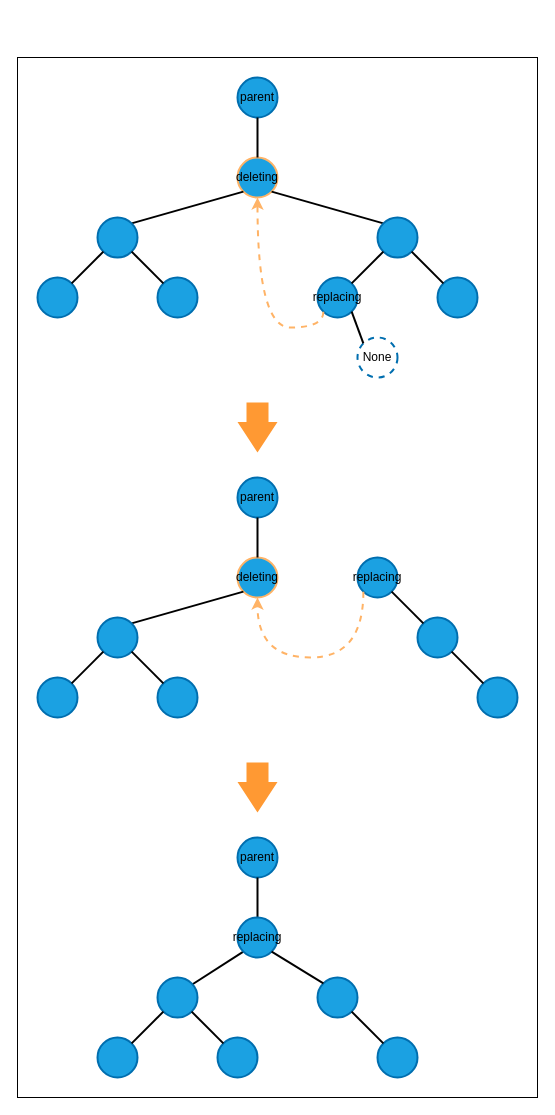
Before: page "two_children_2" (5 of 6) of diagrams/left_tbst_delete.drawio in shunsvineyard/pyforest, a draw.io diagram. Source tidied: cells renumbered, new cells numbered last; positions are measured from the earlier drawing's top-left corner, leaving out a move shared by most shapes. Both pictures are drawn from the tidied source at 100%, with x=0, y=0 at pixel (17, 57).
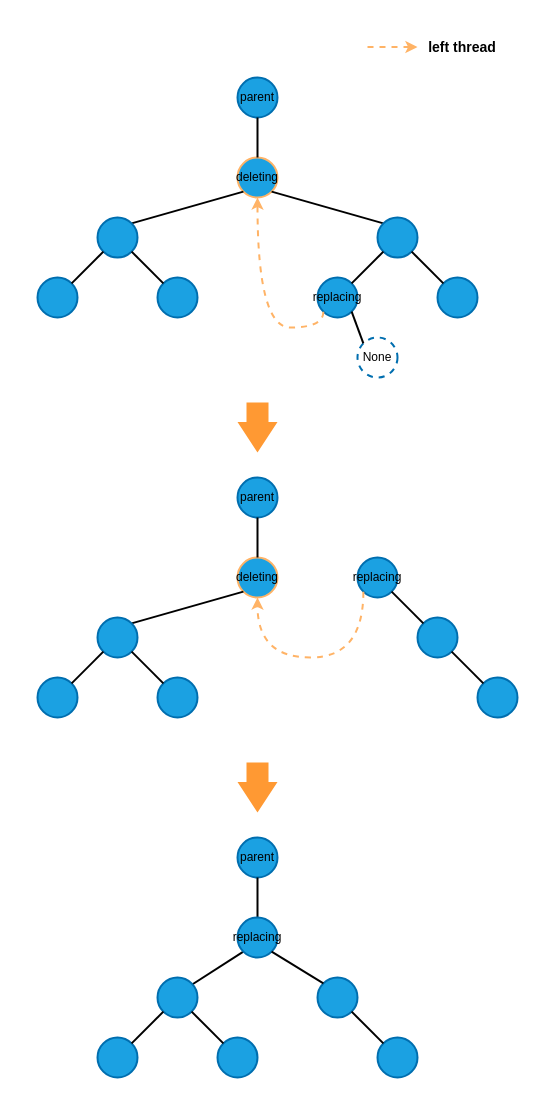
The same diagram, later.

Diff of the diagram source:
```diff
@@
-    <mxCell id="2" style="rounded=0;whiteSpace=wrap;html=1;fillColor=#FFFFFF;" parent="1" vertex="1">
-      <mxGeometry width="520" height="1040" as="geometry" />
+    <mxCell id="2" style="rounded=0;whiteSpace=wrap;html=1;fillColor=#FFFFFF;strokeColor=none;" parent="1" vertex="1">
+      <mxGeometry y="-40" width="520" height="1080" as="geometry" />
     </mxCell>
@@
+    <mxCell id="51" style="endArrow=classic;html=1;dashed=1;strokeColor=#FFB366;strokeWidth=2;" parent="1" edge="1">
+      <mxGeometry relative="1" as="geometry">
+        <mxPoint x="350" y="-10.5" as="sourcePoint" />
+        <mxPoint x="400" y="-10.5" as="targetPoint" />
+      </mxGeometry>
+    </mxCell>
+    <mxCell id="52" value="&lt;font color=&quot;#000000&quot; style=&quot;font-size: 14px&quot;&gt;&lt;b&gt;left thread&lt;/b&gt;&lt;/font&gt;" style="text;html=1;strokeColor=none;fillColor=none;align=center;verticalAlign=middle;whiteSpace=wrap;rounded=0;" parent="1" vertex="1">
+      <mxGeometry x="400" y="-20" width="90" height="20" as="geometry" />
+    </mxCell>
```
